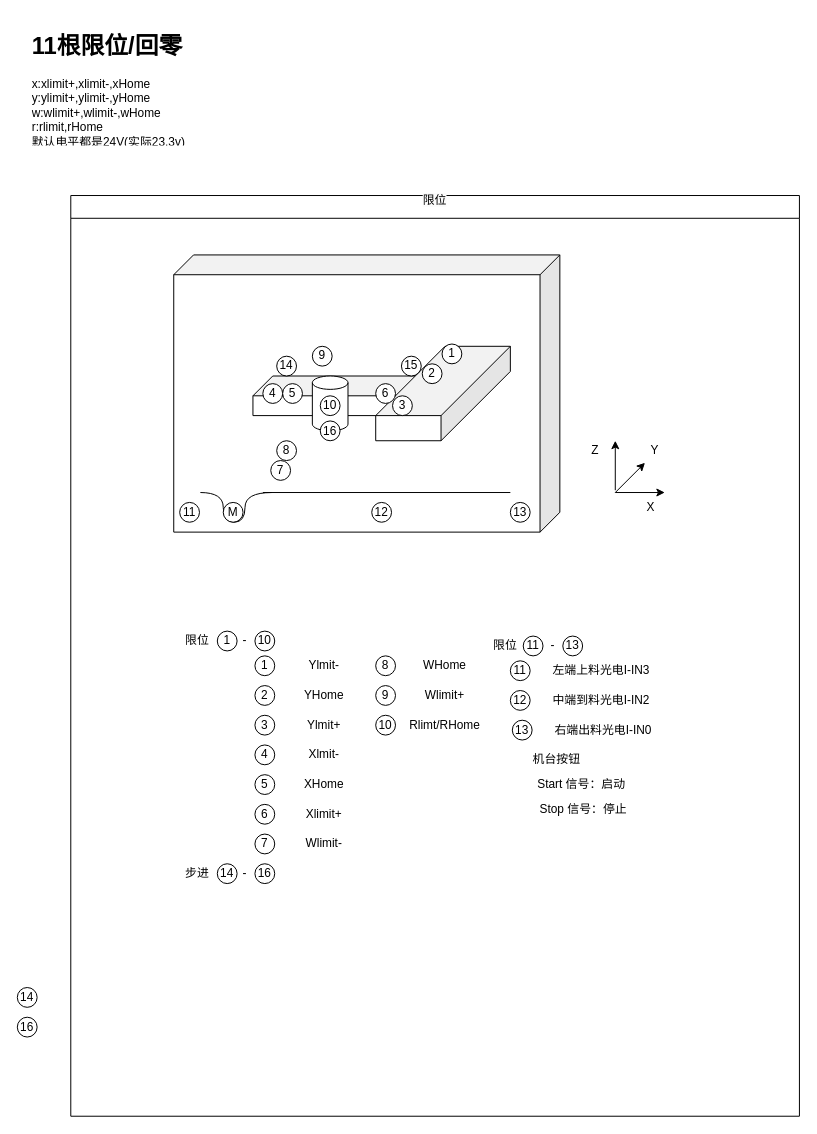
This is 新喷码机部件图.drawio from wjaswdd/draw.io, a draw.io file, before an edit. Source tidied: cells renumbered, new cells numbered last; positions are measured from the earlier drawing's top-left corner, leaving out a move shared by most shapes. Both pictures are drawn from the tidied source at 99%, with x=0, y=0 at pixel (17, 27).
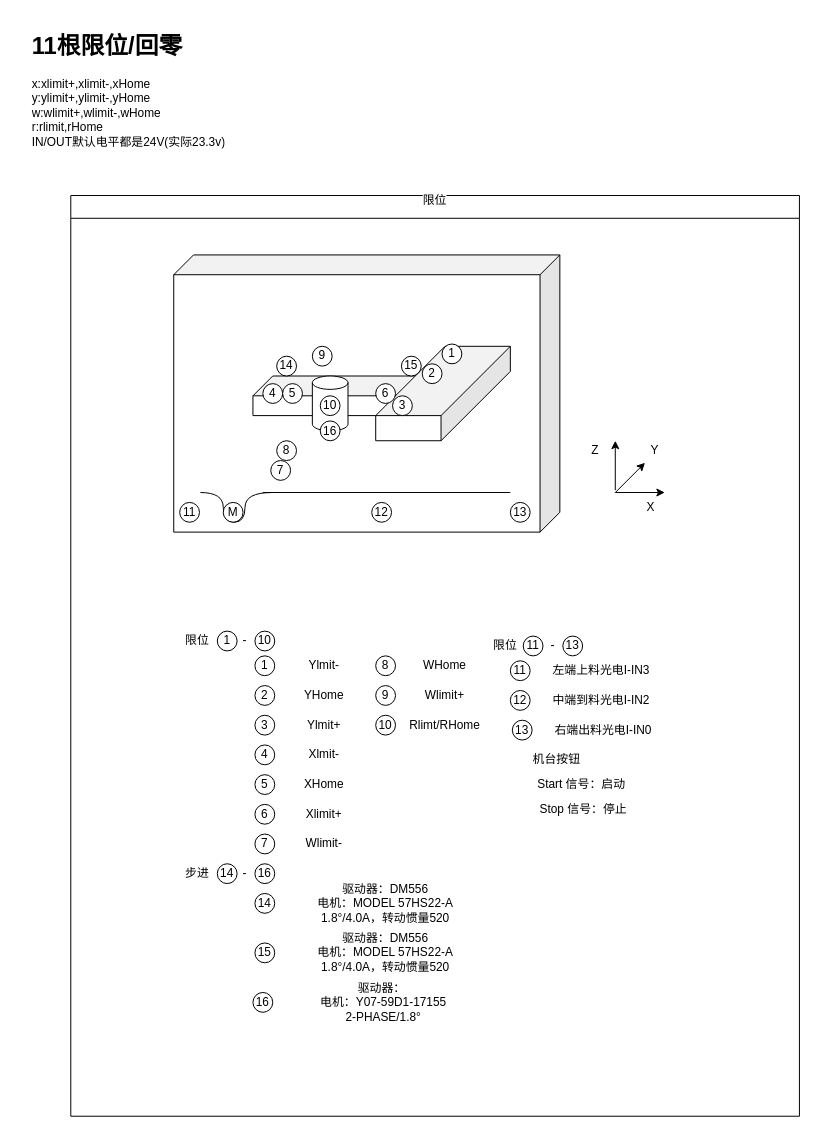
After the change.

Commit message (it also covers changes not shown here):
更新新喷码机部件图.drawio

Unchanged cells that the change refers to:
```xml
<mxCell id="3" value="&#10;&lt;span style=&quot;color: rgb(0, 0, 0); font-family: Helvetica; font-size: 12px; font-style: normal; font-variant-ligatures: normal; font-variant-caps: normal; font-weight: 400; letter-spacing: normal; orphans: 2; text-align: center; text-indent: 0px; text-transform: none; widows: 2; word-spacing: 0px; -webkit-text-stroke-width: 0px; background-color: rgb(251, 251, 251); text-decoration-thickness: initial; text-decoration-style: initial; text-decoration-color: initial; float: none; display: inline !important;&quot;&gt;限位&lt;/span&gt;&#10;&#10;" style="swimlane;whiteSpace=wrap;html=1;" parent="1" vertex="1">
  <mxGeometry x="54" y="170" width="736" height="930" as="geometry" />
</mxCell>
```

Change to the diagram source:
```diff
@@
-    <mxCell id="2" value="&lt;h1&gt;11根限位/回零&lt;/h1&gt;&lt;div&gt;x:xlimit+,xlimit-,xHome&lt;/div&gt;&lt;div&gt;y:ylimit+,ylimit-,yHome&lt;br&gt;&lt;/div&gt;&lt;div&gt;w:wlimit+,wlimit-,wHome&lt;br&gt;&lt;/div&gt;&lt;div&gt;r:rlimit,rHome&lt;br&gt;&lt;/div&gt;&lt;div&gt;默认电平都是24V(实际23.3v)&lt;/div&gt;" style="text;html=1;strokeColor=none;fillColor=none;spacing=5;spacingTop=-20;whiteSpace=wrap;overflow=hidden;rounded=0;" parent="1" vertex="1">
-      <mxGeometry x="10" width="190" height="120" as="geometry" />
+    <mxCell id="2" value="&lt;h1&gt;11根限位/回零&lt;/h1&gt;&lt;div&gt;x:xlimit+,xlimit-,xHome&lt;/div&gt;&lt;div&gt;y:ylimit+,ylimit-,yHome&lt;br&gt;&lt;/div&gt;&lt;div&gt;w:wlimit+,wlimit-,wHome&lt;br&gt;&lt;/div&gt;&lt;div&gt;r:rlimit,rHome&lt;br&gt;&lt;/div&gt;&lt;div&gt;IN/OUT默认电平都是24V(实际23.3v)&lt;/div&gt;" style="text;html=1;strokeColor=none;fillColor=none;spacing=5;spacingTop=-20;whiteSpace=wrap;overflow=hidden;rounded=0;" parent="1" vertex="1">
+      <mxGeometry x="10" width="210" height="160" as="geometry" />
     </mxCell>
@@
+    <mxCell id="76" value="14" style="ellipse;whiteSpace=wrap;html=1;" parent="3" vertex="1">
+      <mxGeometry x="186" y="705" width="20" height="20" as="geometry" />
+    </mxCell>
+    <mxCell id="78" value="驱动器：DM556&lt;br&gt;电机：MODEL 57HS22-A&lt;br&gt;1.8°/4.0A，转动惯量520" style="text;html=1;strokeColor=none;fillColor=none;align=center;verticalAlign=middle;whiteSpace=wrap;rounded=0;" parent="3" vertex="1">
+      <mxGeometry x="226" y="700" width="184" height="30" as="geometry" />
+    </mxCell>
+    <mxCell id="79" value="15" style="ellipse;whiteSpace=wrap;html=1;" parent="3" vertex="1">
+      <mxGeometry x="186" y="755" width="20" height="20" as="geometry" />
+    </mxCell>
+    <mxCell id="80" value="驱动器：DM556&lt;br&gt;电机：MODEL 57HS22-A&lt;br&gt;1.8°/4.0A，转动惯量520" style="text;html=1;strokeColor=none;fillColor=none;align=center;verticalAlign=middle;whiteSpace=wrap;rounded=0;" parent="3" vertex="1">
+      <mxGeometry x="226" y="750" width="184" height="30" as="geometry" />
+    </mxCell>
+    <mxCell id="77" value="16" style="ellipse;whiteSpace=wrap;html=1;" parent="3" vertex="1">
+      <mxGeometry x="184" y="805" width="20" height="20" as="geometry" />
+    </mxCell>
+    <mxCell id="81" value="驱动器：&amp;nbsp;&lt;br&gt;电机：Y07-59D1-17155&lt;br&gt;2-PHASE/1.8°" style="text;html=1;strokeColor=none;fillColor=none;align=center;verticalAlign=middle;whiteSpace=wrap;rounded=0;" parent="3" vertex="1">
+      <mxGeometry x="224" y="800" width="184" height="30" as="geometry" />
+    </mxCell>
@@
-    <mxCell id="76" value="14" style="ellipse;whiteSpace=wrap;html=1;" parent="1" vertex="1">
-      <mxGeometry y="970" width="20" height="20" as="geometry" />
-    </mxCell>
-    <mxCell id="77" value="16" style="ellipse;whiteSpace=wrap;html=1;" parent="1" vertex="1">
-      <mxGeometry y="1000" width="20" height="20" as="geometry" />
-    </mxCell>
```
